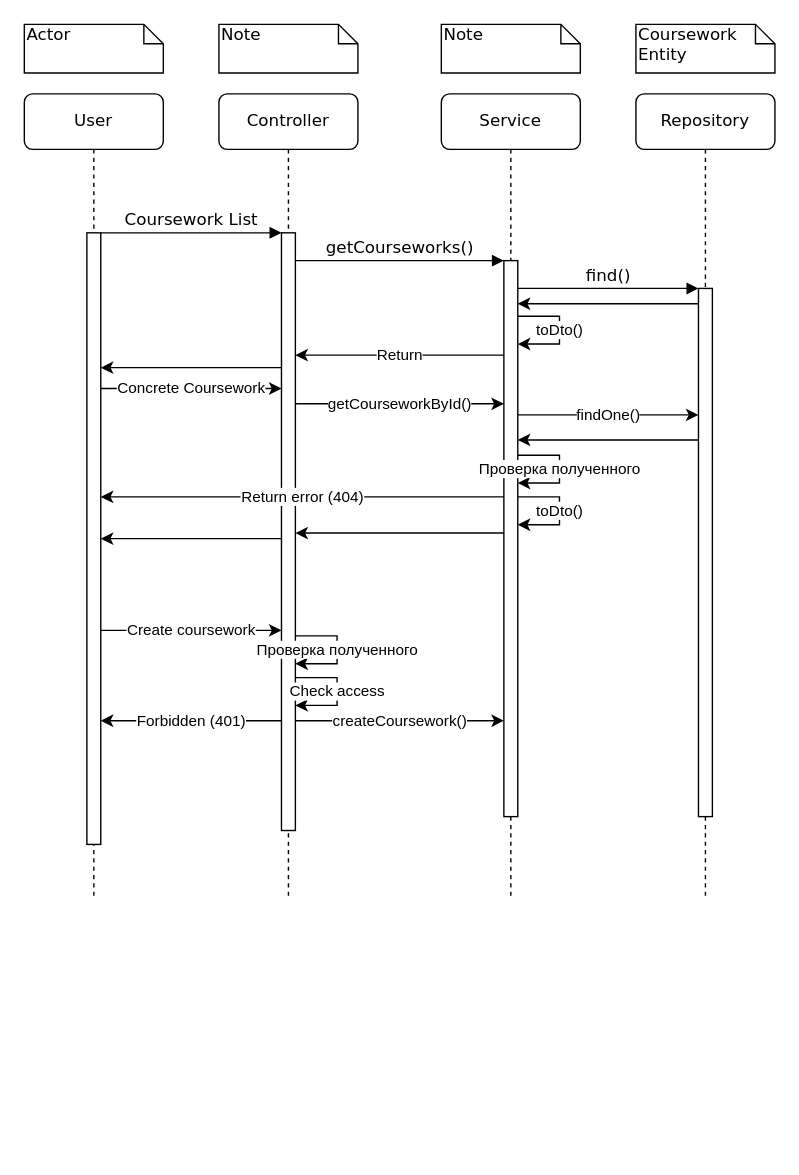
Earlier version of the draw.io diagram sequence coursework.drawio (StanEkso/kanban-projecting). Source tidied: cells renumbered, new cells numbered last; positions are measured from the earlier drawing's top-left corner, leaving out a move shared by most shapes. Both pictures are drawn from the tidied source at 139%, with x=0, y=0 at pixel (24, 24).
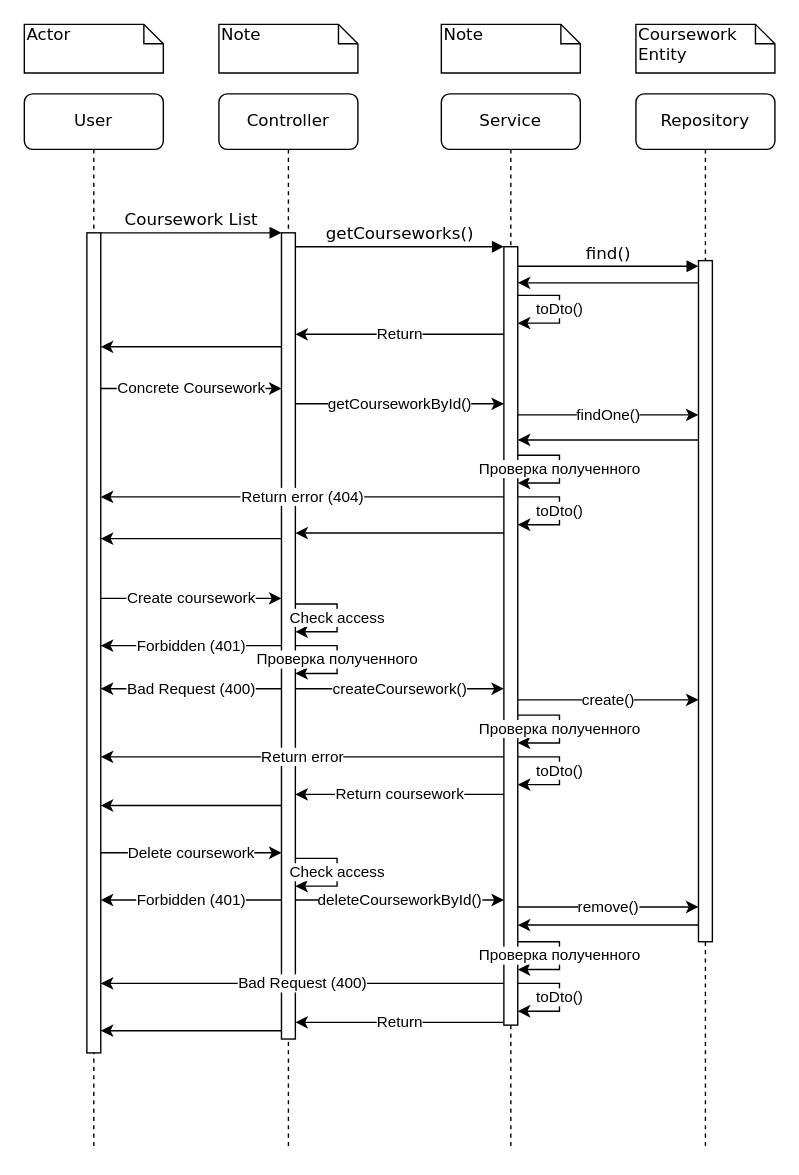
After the change.

Commit message:
feat: sequence coursework

Change to the diagram source:
```diff
@@
     <mxCell id="2" value="Controller" style="shape=umlLifeline;perimeter=lifelinePerimeter;whiteSpace=wrap;html=1;rounded=1;shadow=0;comic=0;labelBackgroundColor=none;strokeWidth=1;fontFamily=Verdana;fontSize=12;align=center;" parent="1" vertex="1">
-      <mxGeometry x="140" y="50" width="100" height="580" as="geometry" />
+      <mxGeometry x="140" y="50" width="100" height="760" as="geometry" />
     </mxCell>
     <mxCell id="3" style="html=1;points=[];perimeter=orthogonalPerimeter;rounded=0;shadow=0;comic=0;labelBackgroundColor=none;strokeWidth=1;fontFamily=Verdana;fontSize=12;align=center;" parent="2" vertex="1">
-      <mxGeometry x="45" y="100" width="10" height="430" as="geometry" />
+      <mxGeometry x="45" y="100" width="10" height="580" as="geometry" />
     </mxCell>
-    <mxCell id="4" value="Проверка полученного" style="endArrow=classic;html=1;rounded=0;" parent="2" edge="1">
+    <mxCell id="4" value="Check access" style="endArrow=classic;html=1;rounded=0;" parent="2" edge="1">
       <mxGeometry relative="1" as="geometry">
-        <mxPoint x="55" y="390" as="sourcePoint" />
-        <mxPoint x="55" y="410" as="targetPoint" />
+        <mxPoint x="55" y="367" as="sourcePoint" />
+        <mxPoint x="55" y="387" as="targetPoint" />
         <Array as="points">
-          <mxPoint x="85" y="390" />
-          <mxPoint x="85" y="410" />
+          <mxPoint x="85" y="367" />
+          <mxPoint x="85" y="387" />
         </Array>
       </mxGeometry>
     </mxCell>
-    <mxCell id="5" value="Check access" style="endArrow=classic;html=1;rounded=0;" parent="2" edge="1">
+    <mxCell id="5" value="Проверка полученного" style="endArrow=classic;html=1;rounded=0;" parent="2" edge="1">
       <mxGeometry relative="1" as="geometry">
-        <mxPoint x="55" y="420" as="sourcePoint" />
-        <mxPoint x="55" y="440" as="targetPoint" />
+        <mxPoint x="55" y="397" as="sourcePoint" />
+        <mxPoint x="55" y="417" as="targetPoint" />
         <Array as="points">
-          <mxPoint x="85" y="420" />
-          <mxPoint x="85" y="440" />
+          <mxPoint x="85" y="397" />
+          <mxPoint x="85" y="417" />
         </Array>
       </mxGeometry>
     </mxCell>
+    <mxCell id="35" value="Check access" style="endArrow=classic;html=1;rounded=0;" parent="2" edge="1">
+      <mxGeometry relative="1" as="geometry">
+        <mxPoint x="55" y="550" as="sourcePoint" />
+        <mxPoint x="55" y="570" as="targetPoint" />
+        <Array as="points">
+          <mxPoint x="85" y="550" />
+          <mxPoint x="85" y="570" />
+        </Array>
+      </mxGeometry>
+    </mxCell>
+    <mxCell id="36" value="Forbidden (401)" style="endArrow=classic;html=1;rounded=0;" parent="2" edge="1">
+      <mxGeometry relative="1" as="geometry">
+        <mxPoint x="45" y="580" as="sourcePoint" />
+        <mxPoint x="-85" y="580" as="targetPoint" />
+      </mxGeometry>
+    </mxCell>
     <mxCell id="6" value="Service" style="shape=umlLifeline;perimeter=lifelinePerimeter;whiteSpace=wrap;html=1;rounded=1;shadow=0;comic=0;labelBackgroundColor=none;strokeWidth=1;fontFamily=Verdana;fontSize=12;align=center;" parent="1" vertex="1">
-      <mxGeometry x="300" y="50" width="100" height="580" as="geometry" />
+      <mxGeometry x="300" y="50" width="100" height="760" as="geometry" />
     </mxCell>
     <mxCell id="7" style="html=1;points=[];perimeter=orthogonalPerimeter;rounded=0;shadow=0;comic=0;labelBackgroundColor=none;strokeWidth=1;fontFamily=Verdana;fontSize=12;align=center;" parent="6" vertex="1">
-      <mxGeometry x="45" y="120" width="10" height="400" as="geometry" />
+      <mxGeometry x="45" y="110" width="10" height="560" as="geometry" />
     </mxCell>
-    <mxCell id="8" value="toDto()" style="endArrow=classic;html=1;rounded=0;" parent="6" edge="1" source="7">
+    <mxCell id="8" value="toDto()" style="endArrow=classic;html=1;rounded=0;" parent="6" edge="1">
       <mxGeometry relative="1" as="geometry">
-        <mxPoint x="55" y="180" as="targetPoint" />
+        <mxPoint x="55" y="145" as="sourcePoint" />
+        <mxPoint x="55" y="165" as="targetPoint" />
         <Array as="points">
-          <mxPoint x="85" y="160" />
-          <mxPoint x="85" y="180" />
+          <mxPoint x="85" y="145" />
+          <mxPoint x="85" y="165" />
         </Array>
       </mxGeometry>
     </mxCell>
@@
+    <mxCell id="37" value="Проверка полученного" style="endArrow=classic;html=1;rounded=0;" parent="6" edge="1">
+      <mxGeometry relative="1" as="geometry">
+        <mxPoint x="55" y="447" as="sourcePoint" />
+        <mxPoint x="55" y="467" as="targetPoint" />
+        <Array as="points">
+          <mxPoint x="85" y="447" />
+          <mxPoint x="85" y="467" />
+        </Array>
+      </mxGeometry>
+    </mxCell>
+    <mxCell id="38" value="toDto()" style="endArrow=classic;html=1;rounded=0;" parent="6" edge="1">
+      <mxGeometry relative="1" as="geometry">
+        <mxPoint x="55" y="477" as="sourcePoint" />
+        <mxPoint x="55" y="497" as="targetPoint" />
+        <Array as="points">
+          <mxPoint x="85" y="477" />
+          <mxPoint x="85" y="497" />
+        </Array>
+      </mxGeometry>
+    </mxCell>
+    <mxCell id="39" value="Проверка полученного" style="endArrow=classic;html=1;rounded=0;" parent="6" edge="1">
+      <mxGeometry relative="1" as="geometry">
+        <mxPoint x="55" y="610" as="sourcePoint" />
+        <mxPoint x="55" y="630" as="targetPoint" />
+        <Array as="points">
+          <mxPoint x="85" y="610" />
+          <mxPoint x="85" y="630" />
+        </Array>
+      </mxGeometry>
+    </mxCell>
+    <mxCell id="40" value="toDto()" style="endArrow=classic;html=1;rounded=0;" parent="6" edge="1">
+      <mxGeometry relative="1" as="geometry">
+        <mxPoint x="55" y="640" as="sourcePoint" />
+        <mxPoint x="55" y="660" as="targetPoint" />
+        <Array as="points">
+          <mxPoint x="85" y="640" />
+          <mxPoint x="85" y="660" />
+        </Array>
+      </mxGeometry>
+    </mxCell>
     <mxCell id="11" value="Repository" style="shape=umlLifeline;perimeter=lifelinePerimeter;whiteSpace=wrap;html=1;rounded=1;shadow=0;comic=0;labelBackgroundColor=none;strokeWidth=1;fontFamily=Verdana;fontSize=12;align=center;" parent="1" vertex="1">
-      <mxGeometry x="440" y="50" width="100" height="580" as="geometry" />
+      <mxGeometry x="440" y="50" width="100" height="760" as="geometry" />
     </mxCell>
     <mxCell id="12" value="User" style="shape=umlLifeline;perimeter=lifelinePerimeter;whiteSpace=wrap;html=1;rounded=1;shadow=0;comic=0;labelBackgroundColor=none;strokeWidth=1;fontFamily=Verdana;fontSize=12;align=center;" parent="1" vertex="1">
-      <mxGeometry y="50" width="100" height="580" as="geometry" />
+      <mxGeometry y="50" width="100" height="760" as="geometry" />
     </mxCell>
     <mxCell id="13" style="html=1;points=[];perimeter=orthogonalPerimeter;rounded=0;shadow=0;comic=0;labelBackgroundColor=none;strokeWidth=1;fontFamily=Verdana;fontSize=12;align=center;" parent="12" vertex="1">
-      <mxGeometry x="45" y="100" width="10" height="440" as="geometry" />
+      <mxGeometry x="45" y="100" width="10" height="590" as="geometry" />
     </mxCell>
     <mxCell id="14" style="html=1;points=[];perimeter=orthogonalPerimeter;rounded=0;shadow=0;comic=0;labelBackgroundColor=none;strokeWidth=1;fontFamily=Verdana;fontSize=12;align=center;" parent="1" vertex="1">
-      <mxGeometry x="485" y="190" width="10" height="380" as="geometry" />
+      <mxGeometry x="485" y="170" width="10" height="490" as="geometry" />
     </mxCell>
-    <mxCell id="15" value="find()" style="html=1;verticalAlign=bottom;endArrow=block;labelBackgroundColor=none;fontFamily=Verdana;fontSize=12;edgeStyle=elbowEdgeStyle;elbow=vertical;" parent="1" edge="1" source="7" target="14">
+    <mxCell id="15" value="find()" style="html=1;verticalAlign=bottom;endArrow=block;labelBackgroundColor=none;fontFamily=Verdana;fontSize=12;edgeStyle=elbowEdgeStyle;elbow=vertical;" parent="1" edge="1">
       <mxGeometry relative="1" as="geometry">
+        <mxPoint x="355" y="174" as="sourcePoint" />
+        <mxPoint x="485" y="174" as="targetPoint" />
         <Array as="points">
-          <mxPoint x="360" y="190" />
+          <mxPoint x="360" y="174" />
         </Array>
       </mxGeometry>
     </mxCell>
@@
     <mxCell id="22" style="endArrow=classic;html=1;rounded=0;" parent="1" edge="1">
       <mxGeometry relative="1" as="geometry">
-        <mxPoint x="485" y="201" as="sourcePoint" />
-        <mxPoint x="355" y="201" as="targetPoint" />
+        <mxPoint x="485" y="186" as="sourcePoint" />
+        <mxPoint x="355" y="186" as="targetPoint" />
       </mxGeometry>
     </mxCell>
     <mxCell id="23" value="Return" style="endArrow=classic;html=1;rounded=0;" parent="1" edge="1">
       <mxGeometry relative="1" as="geometry">
-        <mxPoint x="345" y="238" as="sourcePoint" />
-        <mxPoint x="195" y="238" as="targetPoint" />
+        <mxPoint x="345" y="223" as="sourcePoint" />
+        <mxPoint x="195" y="223" as="targetPoint" />
       </mxGeometry>
     </mxCell>
     <mxCell id="24" style="endArrow=classic;html=1;rounded=0;" parent="1" edge="1">
       <mxGeometry relative="1" as="geometry">
-        <mxPoint x="185" y="247" as="sourcePoint" />
-        <mxPoint x="55" y="247" as="targetPoint" />
+        <mxPoint x="185" y="232" as="sourcePoint" />
+        <mxPoint x="55" y="232" as="targetPoint" />
       </mxGeometry>
     </mxCell>
@@
     <mxCell id="32" value="Create coursework" style="endArrow=classic;html=1;rounded=0;" parent="1" edge="1">
       <mxGeometry relative="1" as="geometry">
-        <mxPoint x="55" y="436" as="sourcePoint" />
-        <mxPoint x="185" y="436" as="targetPoint" />
+        <mxPoint x="55" y="413" as="sourcePoint" />
+        <mxPoint x="185" y="413" as="targetPoint" />
       </mxGeometry>
     </mxCell>
     <mxCell id="33" value="createCoursework()" style="endArrow=classic;html=1;rounded=0;" parent="1" edge="1">
       <mxGeometry relative="1" as="geometry">
-        <mxPoint x="195" y="501" as="sourcePoint" />
-        <mxPoint x="345" y="501" as="targetPoint" />
+        <mxPoint x="195" y="478" as="sourcePoint" />
+        <mxPoint x="345" y="478" as="targetPoint" />
       </mxGeometry>
     </mxCell>
-    <mxCell id="34" value="Forbidden (401)" style="endArrow=classic;html=1;rounded=0;" parent="1" edge="1">
+    <mxCell id="34" value="Bad Request (400)" style="endArrow=classic;html=1;rounded=0;" parent="1" edge="1">
       <mxGeometry relative="1" as="geometry">
-        <mxPoint x="185" y="501" as="sourcePoint" />
-        <mxPoint x="55" y="501" as="targetPoint" />
+        <mxPoint x="185" y="478" as="sourcePoint" />
+        <mxPoint x="55" y="478" as="targetPoint" />
       </mxGeometry>
     </mxCell>
+    <mxCell id="41" value="create()" style="endArrow=classic;html=1;rounded=0;" parent="1" edge="1">
+      <mxGeometry relative="1" as="geometry">
+        <mxPoint x="355" y="486" as="sourcePoint" />
+        <mxPoint x="485" y="486" as="targetPoint" />
+      </mxGeometry>
+    </mxCell>
+    <mxCell id="42" value="Return error" style="endArrow=classic;html=1;rounded=0;" parent="1" edge="1">
+      <mxGeometry relative="1" as="geometry">
+        <mxPoint x="345" y="527" as="sourcePoint" />
+        <mxPoint x="55" y="527" as="targetPoint" />
+      </mxGeometry>
+    </mxCell>
+    <mxCell id="43" value="Return coursework" style="endArrow=classic;html=1;rounded=0;" parent="1" edge="1">
+      <mxGeometry relative="1" as="geometry">
+        <mxPoint x="345" y="554" as="sourcePoint" />
+        <mxPoint x="195" y="554" as="targetPoint" />
+      </mxGeometry>
+    </mxCell>
+    <mxCell id="44" style="endArrow=classic;html=1;rounded=0;" parent="1" edge="1">
+      <mxGeometry relative="1" as="geometry">
+        <mxPoint x="185" y="562" as="sourcePoint" />
+        <mxPoint x="55" y="562" as="targetPoint" />
+      </mxGeometry>
+    </mxCell>
+    <mxCell id="45" value="Forbidden (401)" style="endArrow=classic;html=1;rounded=0;" parent="1" edge="1">
+      <mxGeometry relative="1" as="geometry">
+        <mxPoint x="185" y="447" as="sourcePoint" />
+        <mxPoint x="55" y="447" as="targetPoint" />
+      </mxGeometry>
+    </mxCell>
+    <mxCell id="46" value="Delete coursework" style="endArrow=classic;html=1;rounded=0;" parent="1" edge="1">
+      <mxGeometry relative="1" as="geometry">
+        <mxPoint x="55" y="596" as="sourcePoint" />
+        <mxPoint x="185" y="596" as="targetPoint" />
+      </mxGeometry>
+    </mxCell>
+    <mxCell id="47" value="deleteCourseworkById()" style="endArrow=classic;html=1;rounded=0;" parent="1" edge="1">
+      <mxGeometry relative="1" as="geometry">
+        <mxPoint x="195" y="630" as="sourcePoint" />
+        <mxPoint x="345" y="630" as="targetPoint" />
+      </mxGeometry>
+    </mxCell>
+    <mxCell id="48" value="remove()" style="endArrow=classic;html=1;rounded=0;" parent="1" edge="1">
+      <mxGeometry relative="1" as="geometry">
+        <mxPoint x="355" y="635" as="sourcePoint" />
+        <mxPoint x="485" y="635" as="targetPoint" />
+      </mxGeometry>
+    </mxCell>
+    <mxCell id="49" style="endArrow=classic;html=1;rounded=0;" parent="1" edge="1">
+      <mxGeometry relative="1" as="geometry">
+        <mxPoint x="485" y="648" as="sourcePoint" />
+        <mxPoint x="355" y="648" as="targetPoint" />
+      </mxGeometry>
+    </mxCell>
+    <mxCell id="50" value="Bad Request (400)" style="endArrow=classic;html=1;rounded=0;" parent="1" edge="1" target="13">
+      <mxGeometry relative="1" as="geometry">
+        <mxPoint x="345" y="690" as="sourcePoint" />
+      </mxGeometry>
+    </mxCell>
+    <mxCell id="51" value="Return" style="endArrow=classic;html=1;rounded=0;" parent="1" edge="1">
+      <mxGeometry relative="1" as="geometry">
+        <mxPoint x="345" y="718" as="sourcePoint" />
+        <mxPoint x="195" y="718" as="targetPoint" />
+      </mxGeometry>
+    </mxCell>
+    <mxCell id="52" style="endArrow=classic;html=1;rounded=0;" parent="1" edge="1">
+      <mxGeometry relative="1" as="geometry">
+        <mxPoint x="185" y="724" as="sourcePoint" />
+        <mxPoint x="55" y="724" as="targetPoint" />
+      </mxGeometry>
+    </mxCell>
```
